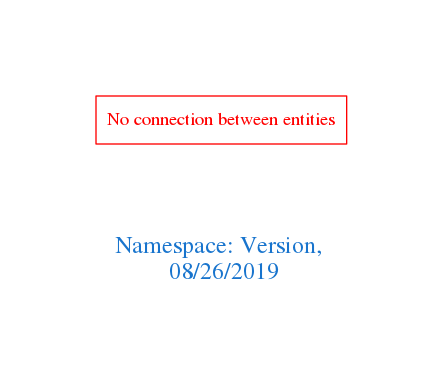
Before: downloads/Version.png, a diagram exported from Graphviz (arago/OGIT). Its source is kept beside it as downloads/Version.dot.
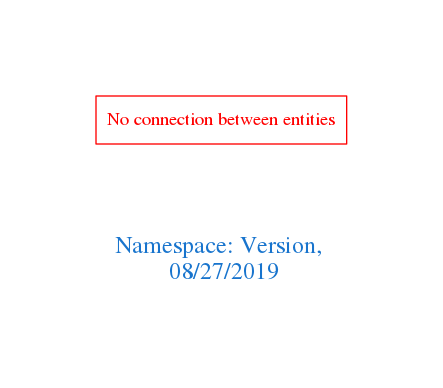
Later version of the same file.

The edit, as a diff of the source:
```diff
@@ -1,7 +1,7 @@
 digraph OGIT_ontology {
  graph [ rankdir= LR,pad=1
 fontsize = 18,
-fontcolor= dodgerblue3,label = "\n\n\nNamespace: Version, \n 08/26/2019"];
+fontcolor= dodgerblue3,label = "\n\n\nNamespace: Version, \n 08/27/2019"];
 node[shape=polygon];
 edge [  color="gray81"];
 
```
